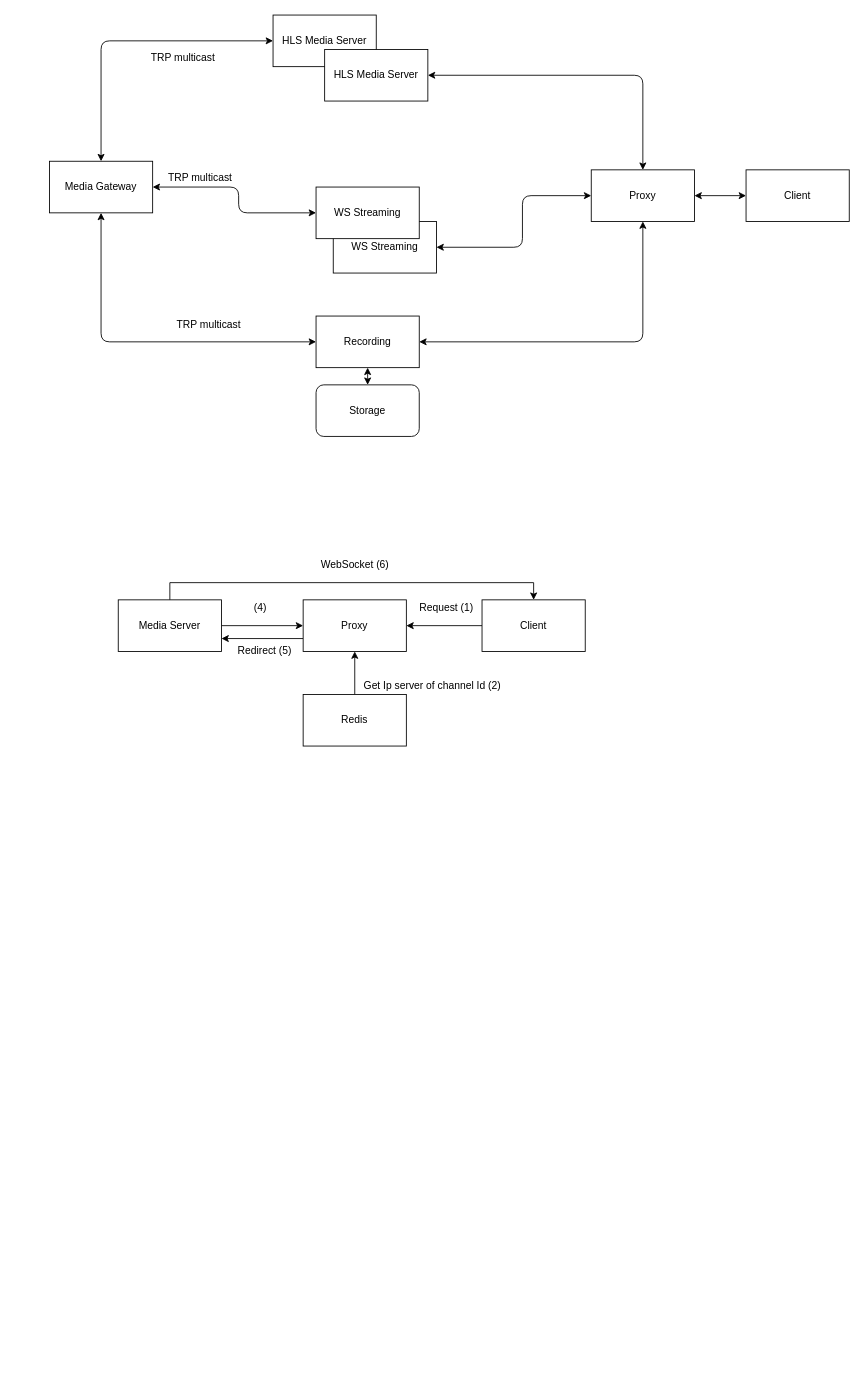
Earlier version of the draw.io diagram Untitled Diagram.drawio (Trananh95/ML_basic). Source tidied: cells renumbered, new cells numbered last; positions are measured from the earlier drawing's top-left corner, leaving out a move shared by most shapes. Both pictures are drawn from the tidied source at 86%, with x=0, y=0 at pixel (49, 15).
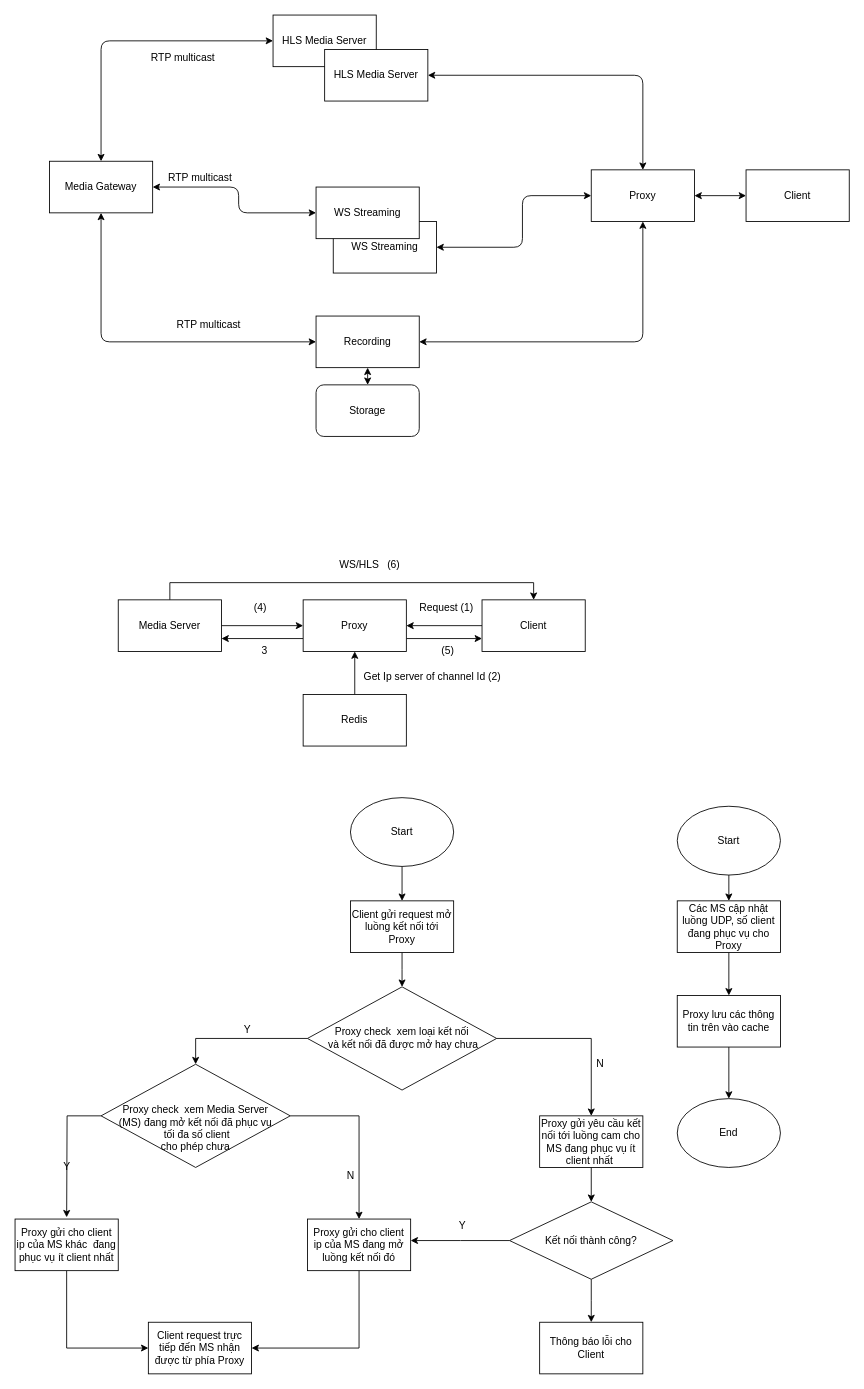
Above is the later version.

Unchanged cells that the change refers to:
```xml
<mxCell id="10" value="Proxy" style="rounded=0;whiteSpace=wrap;html=1;" parent="1" vertex="1">
  <mxGeometry x="295" y="680" width="120" height="60" as="geometry" />
</mxCell>
<mxCell id="13" value="Media Server" style="rounded=0;whiteSpace=wrap;html=1;" parent="1" vertex="1">
  <mxGeometry x="80" y="680" width="120" height="60" as="geometry" />
</mxCell>
<mxCell id="17" value="Client" style="rounded=0;whiteSpace=wrap;html=1;" parent="1" vertex="1">
  <mxGeometry x="503" y="680" width="120" height="60" as="geometry" />
</mxCell>
```

Change to the diagram source:
```diff
@@
+    <mxCell id="36" style="edgeStyle=orthogonalEdgeStyle;rounded=0;jettySize=auto;html=1;exitX=1;exitY=0.75;exitDx=0;exitDy=0;entryX=0;entryY=0.75;entryDx=0;entryDy=0;" parent="1" edge="1" source="10" target="17">
+      <mxGeometry relative="1" as="geometry" />
+    </mxCell>
@@
     <mxCell id="12" style="edgeStyle=orthogonalEdgeStyle;rounded=0;jettySize=auto;html=1;exitX=0.5;exitY=0;exitDx=0;exitDy=0;entryX=0.5;entryY=0;entryDx=0;entryDy=0;" parent="1" edge="1" source="13" target="17">
-      <mxGeometry relative="1" as="geometry" />
+      <mxGeometry relative="1" as="geometry">
+        <Array as="points">
+          <mxPoint x="140" y="660" />
+          <mxPoint x="563" y="660" />
+        </Array>
+      </mxGeometry>
     </mxCell>
@@
     <mxCell id="18" value="Get Ip server of channel Id (2)" style="text;html=1;align=center;verticalAlign=middle;strokeColor=none;" parent="1" vertex="1">
-      <mxGeometry x="360" y="770" width="170" height="20" as="geometry" />
+      <mxGeometry x="360" y="760" width="170" height="20" as="geometry" />
     </mxCell>
@@
-    <mxCell id="20" value="Redirect (5)" style="text;html=1;align=center;verticalAlign=middle;strokeColor=none;" parent="1" vertex="1">
-      <mxGeometry x="210" y="730" width="80" height="20" as="geometry" />
-    </mxCell>
-    <mxCell id="21" value="WebSocket (6)" style="text;html=1;align=center;verticalAlign=middle;strokeColor=none;" parent="1" vertex="1">
-      <mxGeometry x="310" y="630" width="90" height="20" as="geometry" />
+    <mxCell id="21" value="WS/HLS" style="text;html=1;align=center;verticalAlign=middle;strokeColor=none;" parent="1" vertex="1">
+      <mxGeometry x="330" y="630" width="60" height="20" as="geometry" />
     </mxCell>
@@
-    <mxCell id="33" value="TRP multicast" style="text;html=1;align=center;verticalAlign=middle;strokeColor=none;" parent="1" vertex="1">
+    <mxCell id="33" value="RTP multicast" style="text;html=1;align=center;verticalAlign=middle;strokeColor=none;" parent="1" vertex="1">
       <mxGeometry x="110" y="40" width="90" height="20" as="geometry" />
     </mxCell>
-    <mxCell id="34" value="TRP multicast" style="text;html=1;align=center;verticalAlign=middle;strokeColor=none;" parent="1" vertex="1">
+    <mxCell id="34" value="RTP multicast" style="text;html=1;align=center;verticalAlign=middle;strokeColor=none;" parent="1" vertex="1">
       <mxGeometry x="140" y="350" width="90" height="20" as="geometry" />
     </mxCell>
-    <mxCell id="35" value="TRP multicast" style="text;html=1;align=center;verticalAlign=middle;strokeColor=none;" parent="1" vertex="1">
+    <mxCell id="35" value="RTP multicast" style="text;html=1;align=center;verticalAlign=middle;strokeColor=none;" parent="1" vertex="1">
       <mxGeometry x="130" y="180" width="90" height="20" as="geometry" />
     </mxCell>
+    <mxCell id="37" style="edgeStyle=orthogonalEdgeStyle;rounded=0;jettySize=auto;html=1;entryX=0.5;entryY=0;entryDx=0;entryDy=0;" parent="1" edge="1" source="38" target="40">
+      <mxGeometry relative="1" as="geometry" />
+    </mxCell>
+    <mxCell id="38" value="Start" style="ellipse;whiteSpace=wrap;html=1;" parent="1" vertex="1">
+      <mxGeometry x="350" y="910" width="120" height="80" as="geometry" />
+    </mxCell>
+    <mxCell id="39" style="edgeStyle=orthogonalEdgeStyle;rounded=0;jettySize=auto;html=1;exitX=0.5;exitY=1;exitDx=0;exitDy=0;" parent="1" edge="1" source="40">
+      <mxGeometry relative="1" as="geometry">
+        <mxPoint x="410" y="1130" as="targetPoint" />
+      </mxGeometry>
+    </mxCell>
+    <mxCell id="40" value="Client gửi request mở luồng kết nối tới Proxy" style="rounded=0;whiteSpace=wrap;html=1;" parent="1" vertex="1">
+      <mxGeometry x="350" y="1030" width="120" height="60" as="geometry" />
+    </mxCell>
+    <mxCell id="41" value="3" style="text;html=1;align=center;verticalAlign=middle;strokeColor=none;" parent="1" vertex="1">
+      <mxGeometry x="240" y="730" width="20" height="20" as="geometry" />
+    </mxCell>
+    <mxCell id="42" value="(5)" style="text;html=1;align=center;verticalAlign=middle;strokeColor=none;" parent="1" vertex="1">
+      <mxGeometry x="448" y="730" width="30" height="20" as="geometry" />
+    </mxCell>
+    <mxCell id="43" value="(6)" style="text;html=1;align=center;verticalAlign=middle;strokeColor=none;" parent="1" vertex="1">
+      <mxGeometry x="385" y="630" width="30" height="20" as="geometry" />
+    </mxCell>
+    <mxCell id="44" style="edgeStyle=orthogonalEdgeStyle;rounded=0;jettySize=auto;html=1;exitX=0;exitY=0.5;exitDx=0;exitDy=0;entryX=0.5;entryY=0;entryDx=0;entryDy=0;" parent="1" edge="1" source="46" target="49">
+      <mxGeometry relative="1" as="geometry" />
+    </mxCell>
+    <mxCell id="45" style="edgeStyle=orthogonalEdgeStyle;rounded=0;jettySize=auto;html=1;exitX=1;exitY=0.5;exitDx=0;exitDy=0;" parent="1" edge="1" source="46" target="56">
+      <mxGeometry relative="1" as="geometry" />
+    </mxCell>
+    <mxCell id="46" value="Proxy check&amp;nbsp; xem loại kết nối&lt;br&gt;&amp;nbsp;và kết nối đã được mở hay chưa" style="rhombus;whiteSpace=wrap;html=1;" parent="1" vertex="1">
+      <mxGeometry x="300" y="1130" width="220" height="120" as="geometry" />
+    </mxCell>
+    <mxCell id="47" style="edgeStyle=orthogonalEdgeStyle;rounded=0;jettySize=auto;html=1;exitX=0;exitY=0.5;exitDx=0;exitDy=0;" parent="1" edge="1" source="49">
+      <mxGeometry relative="1" as="geometry">
+        <mxPoint x="20" y="1398" as="targetPoint" />
+      </mxGeometry>
+    </mxCell>
+    <mxCell id="48" style="edgeStyle=orthogonalEdgeStyle;rounded=0;jettySize=auto;html=1;exitX=1;exitY=0.5;exitDx=0;exitDy=0;" parent="1" edge="1" source="49" target="54">
+      <mxGeometry relative="1" as="geometry" />
+    </mxCell>
+    <mxCell id="49" value="&lt;br&gt;&lt;br&gt;Proxy check&amp;nbsp; xem Media Server&lt;br&gt;(MS) đang mở kết nối đã phục vụ&lt;br&gt;&amp;nbsp;tối đa số client&lt;br&gt;&amp;nbsp;cho phép chưa&amp;nbsp;" style="rhombus;whiteSpace=wrap;html=1;" parent="1" vertex="1">
+      <mxGeometry x="60" y="1220" width="220" height="120" as="geometry" />
+    </mxCell>
+    <mxCell id="50" value="Y" style="text;html=1;align=center;verticalAlign=middle;strokeColor=none;" parent="1" vertex="1">
+      <mxGeometry x="220" y="1170" width="20" height="20" as="geometry" />
+    </mxCell>
+    <mxCell id="51" style="edgeStyle=orthogonalEdgeStyle;rounded=0;jettySize=auto;html=1;exitX=0.5;exitY=1;exitDx=0;exitDy=0;entryX=0;entryY=0.5;entryDx=0;entryDy=0;" parent="1" edge="1" source="52" target="72">
+      <mxGeometry relative="1" as="geometry" />
+    </mxCell>
+    <mxCell id="52" value="Proxy gửi cho client ip của MS khác&amp;nbsp; đang phục vụ ít client nhất" style="rounded=0;whiteSpace=wrap;html=1;" parent="1" vertex="1">
+      <mxGeometry x="-40" y="1400" width="120" height="60" as="geometry" />
+    </mxCell>
+    <mxCell id="53" style="edgeStyle=orthogonalEdgeStyle;rounded=0;jettySize=auto;html=1;exitX=0.5;exitY=1;exitDx=0;exitDy=0;entryX=1;entryY=0.5;entryDx=0;entryDy=0;" parent="1" edge="1" source="54" target="72">
+      <mxGeometry relative="1" as="geometry" />
+    </mxCell>
+    <mxCell id="54" value="&lt;span&gt;Proxy gửi cho client ip của MS đang mở luồng kết nối đó&lt;/span&gt;" style="rounded=0;whiteSpace=wrap;html=1;" parent="1" vertex="1">
+      <mxGeometry x="300" y="1400" width="120" height="60" as="geometry" />
+    </mxCell>
+    <mxCell id="55" style="edgeStyle=orthogonalEdgeStyle;rounded=0;jettySize=auto;html=1;exitX=0.5;exitY=1;exitDx=0;exitDy=0;entryX=0.5;entryY=0;entryDx=0;entryDy=0;" parent="1" edge="1" source="56" target="69">
+      <mxGeometry relative="1" as="geometry" />
+    </mxCell>
+    <mxCell id="56" value="Proxy gửi yêu cầu kết nối tới luồng cam cho MS đang phục vụ ít client nhất&amp;nbsp;" style="rounded=0;whiteSpace=wrap;html=1;" parent="1" vertex="1">
+      <mxGeometry x="570" y="1280" width="120" height="60" as="geometry" />
+    </mxCell>
+    <mxCell id="57" value="Y" style="text;html=1;align=center;verticalAlign=middle;strokeColor=none;" parent="1" vertex="1">
+      <mxGeometry x="10" y="1330" width="20" height="20" as="geometry" />
+    </mxCell>
+    <mxCell id="58" value="N" style="text;html=1;align=center;verticalAlign=middle;strokeColor=none;" parent="1" vertex="1">
+      <mxGeometry x="340" y="1340" width="20" height="20" as="geometry" />
+    </mxCell>
+    <mxCell id="59" value="N" style="text;html=1;align=center;verticalAlign=middle;strokeColor=none;" parent="1" vertex="1">
+      <mxGeometry x="630" y="1210" width="20" height="20" as="geometry" />
+    </mxCell>
+    <mxCell id="60" style="edgeStyle=orthogonalEdgeStyle;rounded=0;jettySize=auto;html=1;exitX=0.5;exitY=1;exitDx=0;exitDy=0;entryX=0.5;entryY=0;entryDx=0;entryDy=0;" parent="1" edge="1" source="61" target="63">
+      <mxGeometry relative="1" as="geometry" />
+    </mxCell>
+    <mxCell id="61" value="Start" style="ellipse;whiteSpace=wrap;html=1;" parent="1" vertex="1">
+      <mxGeometry x="730" y="920" width="120" height="80" as="geometry" />
+    </mxCell>
+    <mxCell id="62" style="edgeStyle=orthogonalEdgeStyle;rounded=0;jettySize=auto;html=1;exitX=0.5;exitY=1;exitDx=0;exitDy=0;entryX=0.5;entryY=0;entryDx=0;entryDy=0;" parent="1" edge="1" source="63" target="65">
+      <mxGeometry relative="1" as="geometry" />
+    </mxCell>
+    <mxCell id="63" value="Các MS cập nhật luồng UDP, số client đang phục vụ cho Proxy" style="rounded=0;whiteSpace=wrap;html=1;" parent="1" vertex="1">
+      <mxGeometry x="730" y="1030" width="120" height="60" as="geometry" />
+    </mxCell>
+    <mxCell id="64" style="edgeStyle=orthogonalEdgeStyle;rounded=0;jettySize=auto;html=1;exitX=0.5;exitY=1;exitDx=0;exitDy=0;entryX=0.5;entryY=0;entryDx=0;entryDy=0;" parent="1" edge="1" source="65" target="66">
+      <mxGeometry relative="1" as="geometry" />
+    </mxCell>
+    <mxCell id="65" value="Proxy lưu các thông tin trên vào cache" style="rounded=0;whiteSpace=wrap;html=1;" parent="1" vertex="1">
+      <mxGeometry x="730" y="1140" width="120" height="60" as="geometry" />
+    </mxCell>
+    <mxCell id="66" value="End" style="ellipse;whiteSpace=wrap;html=1;" parent="1" vertex="1">
+      <mxGeometry x="730" y="1260" width="120" height="80" as="geometry" />
+    </mxCell>
+    <mxCell id="67" style="edgeStyle=orthogonalEdgeStyle;rounded=0;jettySize=auto;html=1;exitX=0;exitY=0.5;exitDx=0;exitDy=0;" parent="1" edge="1" source="69">
+      <mxGeometry relative="1" as="geometry">
+        <mxPoint x="420" y="1425" as="targetPoint" />
+      </mxGeometry>
+    </mxCell>
+    <mxCell id="68" style="edgeStyle=orthogonalEdgeStyle;rounded=0;jettySize=auto;html=1;exitX=0.5;exitY=1;exitDx=0;exitDy=0;" parent="1" edge="1" source="69">
+      <mxGeometry relative="1" as="geometry">
+        <mxPoint x="630" y="1520" as="targetPoint" />
+      </mxGeometry>
+    </mxCell>
+    <mxCell id="69" value="Kết nối thành công?" style="rhombus;whiteSpace=wrap;html=1;" parent="1" vertex="1">
+      <mxGeometry x="535" y="1380" width="190" height="90" as="geometry" />
+    </mxCell>
+    <mxCell id="70" value="Y" style="text;html=1;align=center;verticalAlign=middle;strokeColor=none;" parent="1" vertex="1">
+      <mxGeometry x="470" y="1398" width="20" height="20" as="geometry" />
+    </mxCell>
+    <mxCell id="71" value="Thông báo lỗi cho Client" style="rounded=0;whiteSpace=wrap;html=1;" parent="1" vertex="1">
+      <mxGeometry x="570" y="1520" width="120" height="60" as="geometry" />
+    </mxCell>
+    <mxCell id="72" value="Client request trực tiếp đến MS nhận được từ phía Proxy" style="rounded=0;whiteSpace=wrap;html=1;" parent="1" vertex="1">
+      <mxGeometry x="115" y="1520" width="120" height="60" as="geometry" />
+    </mxCell>
```
